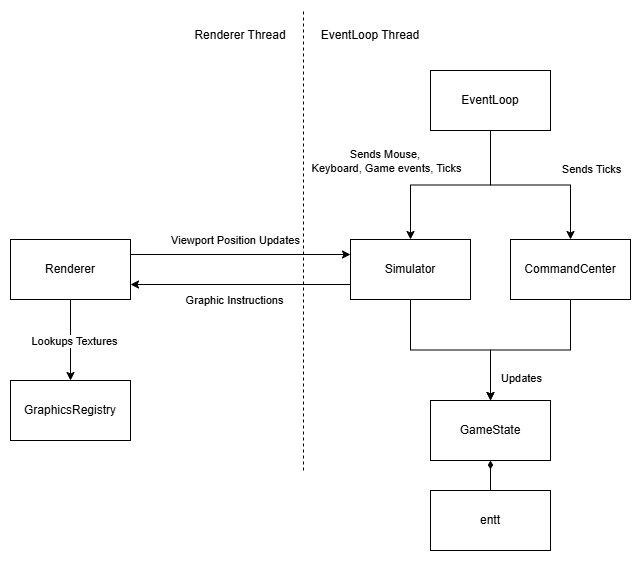
Before: doc/images/architecture.png, a diagram exported from draw.io (OpenEmpiresProject/OpenEmpires). Source tidied: cells renumbered, new cells last; positions are measured from the earlier drawing's top-left corner, leaving out a move shared by most shapes.
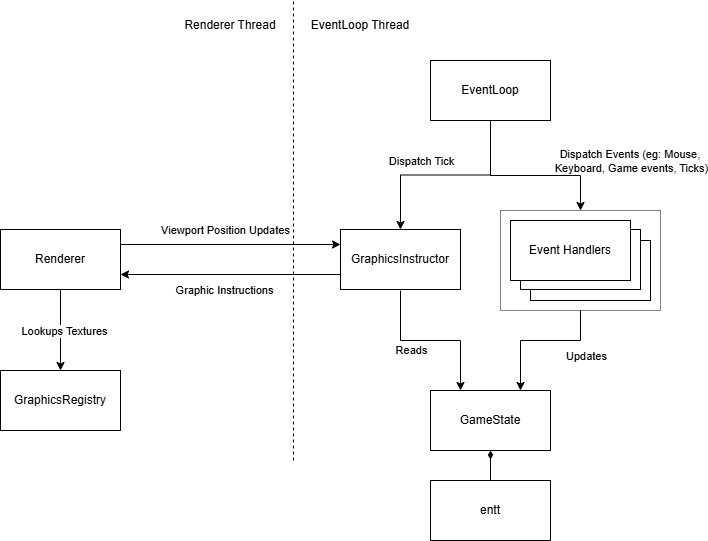
After the change.

Diff of the diagram source:
```diff
@@ -2,10 +2,19 @@
   <root>
     <mxCell id="0" />
     <mxCell id="1" parent="0" />
-    <mxCell id="2" style="edgeStyle=orthogonalEdgeStyle;rounded=0;jettySize=auto;html=1;entryX=0;entryY=0.25;entryDx=0;entryDy=0;exitX=1;exitY=0.25;exitDx=0;exitDy=0;" parent="1" edge="1" source="6" target="11">
-      <mxGeometry relative="1" as="geometry" />
-    </mxCell>
+    <mxCell id="26" style="rounded=0;whiteSpace=wrap;html=1;strokeColor=#808080;" parent="1" vertex="1">
+      <mxGeometry x="500" y="210" width="160" height="100" as="geometry" />
+    </mxCell>
+    <mxCell id="27" style="rounded=0;whiteSpace=wrap;html=1;" parent="1" vertex="1">
+      <mxGeometry x="530" y="240" width="120" height="60" as="geometry" />
+    </mxCell>
+    <mxCell id="28" style="rounded=0;whiteSpace=wrap;html=1;" parent="1" vertex="1">
+      <mxGeometry x="520" y="229" width="120" height="60" as="geometry" />
+    </mxCell>
+    <mxCell id="29" style="edgeStyle=orthogonalEdgeStyle;rounded=0;jettySize=auto;html=1;entryX=0;entryY=0.25;entryDx=0;entryDy=0;exitX=1;exitY=0.25;exitDx=0;exitDy=0;" parent="1" edge="1" source="6" target="33">
+      <mxGeometry relative="1" as="geometry" />
+    </mxCell>
-    <mxCell id="3" value="Viewport Position Updates" style="edgeLabel;html=1;align=center;verticalAlign=middle;" parent="2" vertex="1">
+    <mxCell id="3" value="Viewport Position Updates" style="edgeLabel;html=1;align=center;verticalAlign=middle;" parent="29" vertex="1">
       <mxGeometry x="-0.05" relative="1" as="geometry">
         <mxPoint y="-15" as="offset" />
       </mxGeometry>
@@ -19,56 +28,77 @@
     <mxCell id="6" value="Renderer" style="rounded=0;whiteSpace=wrap;html=1;" parent="1" vertex="1">
       <mxGeometry y="229" width="120" height="60" as="geometry" />
     </mxCell>
-    <mxCell id="7" style="edgeStyle=orthogonalEdgeStyle;rounded=0;jettySize=auto;html=1;entryX=1;entryY=0.75;entryDx=0;entryDy=0;exitX=0;exitY=0.75;exitDx=0;exitDy=0;" parent="1" edge="1" source="11" target="6">
-      <mxGeometry relative="1" as="geometry" />
-    </mxCell>
+    <mxCell id="30" style="edgeStyle=orthogonalEdgeStyle;rounded=0;jettySize=auto;html=1;entryX=1;entryY=0.75;entryDx=0;entryDy=0;exitX=0;exitY=0.75;exitDx=0;exitDy=0;" parent="1" edge="1" source="33" target="6">
+      <mxGeometry relative="1" as="geometry" />
+    </mxCell>
-    <mxCell id="8" value="Graphic Instructions" style="edgeLabel;html=1;align=center;verticalAlign=middle;" parent="7" vertex="1">
+    <mxCell id="8" value="Graphic Instructions" style="edgeLabel;html=1;align=center;verticalAlign=middle;" parent="30" vertex="1">
       <mxGeometry x="0.06" y="-2" relative="1" as="geometry">
         <mxPoint y="17" as="offset" />
       </mxGeometry>
     </mxCell>
-    <mxCell id="9" style="edgeStyle=orthogonalEdgeStyle;rounded=0;jettySize=auto;html=1;entryX=0.5;entryY=0;entryDx=0;entryDy=0;" parent="1" edge="1" source="11" target="22">
-      <mxGeometry relative="1" as="geometry" />
-    </mxCell>
+    <mxCell id="31" style="edgeStyle=orthogonalEdgeStyle;rounded=0;jettySize=auto;html=1;entryX=0.25;entryY=0;entryDx=0;entryDy=0;" parent="1" edge="1" target="22">
+      <mxGeometry relative="1" as="geometry">
+        <mxPoint x="400" y="290" as="sourcePoint" />
+        <Array as="points">
+          <mxPoint x="400" y="340" />
+          <mxPoint x="460" y="340" />
+        </Array>
+      </mxGeometry>
+    </mxCell>
+    <mxCell id="32" value="Reads" style="edgeLabel;html=1;align=center;verticalAlign=middle;" parent="31" vertex="1">
+      <mxGeometry x="0.75" relative="1" as="geometry">
+        <mxPoint x="-50" y="-21" as="offset" />
+      </mxGeometry>
+    </mxCell>
+    <mxCell id="33" value="GraphicsInstructor" style="rounded=0;whiteSpace=wrap;html=1;" parent="1" vertex="1">
+      <mxGeometry x="340" y="229" width="120" height="60" as="geometry" />
+    </mxCell>
+    <mxCell id="34" style="edgeStyle=orthogonalEdgeStyle;rounded=0;jettySize=auto;html=1;entryX=0.5;entryY=0;entryDx=0;entryDy=0;" parent="1" edge="1" source="16" target="33">
+      <mxGeometry relative="1" as="geometry" />
+    </mxCell>
+    <mxCell id="35" value="Dispatch Events (eg: Mouse,&amp;nbsp;&lt;div&gt;Keyboard,&amp;nbsp;&lt;span style=&quot;background-color: light-dark(#ffffff, var(--ge-dark-color, #121212)); color: light-dark(rgb(0, 0, 0), rgb(255, 255, 255));&quot;&gt;Game events,&amp;nbsp;&lt;/span&gt;&lt;span style=&quot;background-color: light-dark(#ffffff, var(--ge-dark-color, #121212)); color: light-dark(rgb(0, 0, 0), rgb(255, 255, 255));&quot;&gt;Ticks)&lt;/span&gt;&lt;/div&gt;" style="edgeLabel;html=1;align=center;verticalAlign=middle;" parent="34" vertex="1">
+      <mxGeometry x="-0.11" y="-1" relative="1" as="geometry">
+        <mxPoint x="175" y="-13" as="offset" />
+      </mxGeometry>
+    </mxCell>
+    <mxCell id="36" value="Dispatch Tick" style="edgeLabel;html=1;align=center;verticalAlign=middle;" parent="34" vertex="1">
+      <mxGeometry x="0.17" y="-2" relative="1" as="geometry">
+        <mxPoint x="-7" y="-12" as="offset" />
+      </mxGeometry>
+    </mxCell>
+    <mxCell id="37" style="edgeStyle=orthogonalEdgeStyle;rounded=0;jettySize=auto;html=1;entryX=0.5;entryY=0;entryDx=0;entryDy=0;" parent="1" edge="1" source="16" target="26">
+      <mxGeometry relative="1" as="geometry">
+        <Array as="points">
+          <mxPoint x="490" y="175" />
+          <mxPoint x="580" y="175" />
+        </Array>
+      </mxGeometry>
+    </mxCell>
+    <mxCell id="16" value="EventLoop" style="rounded=0;whiteSpace=wrap;html=1;" parent="1" vertex="1">
+      <mxGeometry x="430" y="60" width="120" height="60" as="geometry" />
+    </mxCell>
+    <mxCell id="38" style="edgeStyle=orthogonalEdgeStyle;rounded=0;jettySize=auto;html=1;entryX=0.75;entryY=0;entryDx=0;entryDy=0;exitX=0.5;exitY=1;exitDx=0;exitDy=0;" parent="1" edge="1" source="26" target="22">
+      <mxGeometry relative="1" as="geometry">
+        <Array as="points">
+          <mxPoint x="580" y="340" />
+          <mxPoint x="520" y="340" />
+        </Array>
+      </mxGeometry>
+    </mxCell>
-    <mxCell id="10" value="Updates" style="edgeLabel;html=1;align=center;verticalAlign=middle;" parent="9" vertex="1">
-      <mxGeometry x="0.75" relative="1" as="geometry">
-        <mxPoint x="30" as="offset" />
+    <mxCell id="10" value="Updates" style="edgeLabel;html=1;align=center;verticalAlign=middle;" parent="38" vertex="1">
+      <mxGeometry x="0.01" y="3" relative="1" as="geometry">
+        <mxPoint x="46" y="12" as="offset" />
       </mxGeometry>
     </mxCell>
-    <mxCell id="11" value="Simulator" style="rounded=0;whiteSpace=wrap;html=1;" parent="1" vertex="1">
-      <mxGeometry x="340" y="229" width="120" height="60" as="geometry" />
-    </mxCell>
-    <mxCell id="12" style="edgeStyle=orthogonalEdgeStyle;rounded=0;jettySize=auto;html=1;entryX=0.5;entryY=0;entryDx=0;entryDy=0;" parent="1" edge="1" source="16" target="11">
-      <mxGeometry relative="1" as="geometry" />
-    </mxCell>
-    <mxCell id="13" value="Sends Mouse,&amp;nbsp;&lt;div&gt;Keyboard,&amp;nbsp;&lt;span style=&quot;background-color: light-dark(#ffffff, var(--ge-dark-color, #121212)); color: light-dark(rgb(0, 0, 0), rgb(255, 255, 255));&quot;&gt;Game events,&amp;nbsp;&lt;/span&gt;&lt;span style=&quot;background-color: light-dark(#ffffff, var(--ge-dark-color, #121212)); color: light-dark(rgb(0, 0, 0), rgb(255, 255, 255));&quot;&gt;Ticks&lt;/span&gt;&lt;/div&gt;" style="edgeLabel;html=1;align=center;verticalAlign=middle;" parent="12" vertex="1">
-      <mxGeometry x="-0.11" y="-1" relative="1" as="geometry">
-        <mxPoint x="-75" y="-23" as="offset" />
-      </mxGeometry>
-    </mxCell>
-    <mxCell id="14" style="edgeStyle=orthogonalEdgeStyle;rounded=0;jettySize=auto;html=1;" parent="1" edge="1" source="16" target="18">
-      <mxGeometry relative="1" as="geometry" />
-    </mxCell>
-    <mxCell id="15" value="Sends Ticks" style="edgeLabel;html=1;align=center;verticalAlign=middle;" parent="14" vertex="1">
-      <mxGeometry x="0.53" y="-4" relative="1" as="geometry">
-        <mxPoint x="24" y="-27" as="offset" />
-      </mxGeometry>
-    </mxCell>
-    <mxCell id="16" value="EventLoop" style="rounded=0;whiteSpace=wrap;html=1;" parent="1" vertex="1">
-      <mxGeometry x="420" y="60" width="120" height="60" as="geometry" />
-    </mxCell>
-    <mxCell id="17" style="edgeStyle=orthogonalEdgeStyle;rounded=0;jettySize=auto;html=1;entryX=0.5;entryY=0;entryDx=0;entryDy=0;" parent="1" edge="1" source="18" target="22">
-      <mxGeometry relative="1" as="geometry" />
-    </mxCell>
-    <mxCell id="18" value="CommandCenter" style="rounded=0;whiteSpace=wrap;html=1;" parent="1" vertex="1">
-      <mxGeometry x="500" y="229" width="120" height="60" as="geometry" />
-    </mxCell>
-    <mxCell id="19" style="endArrow=none;dashed=1;html=1;rounded=0;" parent="1" edge="1">
-      <mxGeometry relative="1" as="geometry">
-        <mxPoint x="293" y="460" as="sourcePoint" />
-        <mxPoint x="293" as="targetPoint" />
-      </mxGeometry>
-    </mxCell>
+    <mxCell id="39" value="Event Handlers" style="rounded=0;whiteSpace=wrap;html=1;" parent="1" vertex="1">
+      <mxGeometry x="510" y="220" width="120" height="60" as="geometry" />
+    </mxCell>
+    <mxCell id="40" style="endArrow=none;dashed=1;html=1;rounded=0;" parent="1" edge="1">
+      <mxGeometry relative="1" as="geometry">
+        <mxPoint x="293" y="460" as="sourcePoint" />
+        <mxPoint x="293" as="targetPoint" />
+      </mxGeometry>
+    </mxCell>
     <mxCell id="20" value="Renderer Thread" style="text;html=1;align=center;verticalAlign=middle;whiteSpace=wrap;rounded=0;" parent="1" vertex="1">
       <mxGeometry x="170" y="10" width="120" height="30" as="geometry" />
     </mxCell>
@@ -76,13 +106,13 @@
       <mxGeometry x="300" y="10" width="120" height="30" as="geometry" />
     </mxCell>
     <mxCell id="22" value="GameState" style="rounded=0;whiteSpace=wrap;html=1;" parent="1" vertex="1">
-      <mxGeometry x="420" y="390" width="120" height="60" as="geometry" />
+      <mxGeometry x="430" y="390" width="120" height="60" as="geometry" />
     </mxCell>
     <mxCell id="23" style="edgeStyle=orthogonalEdgeStyle;rounded=0;jettySize=auto;html=1;entryX=0.5;entryY=1;entryDx=0;entryDy=0;endArrow=diamondThin;endFill=1;" parent="1" edge="1" source="24" target="22">
       <mxGeometry relative="1" as="geometry" />
     </mxCell>
     <mxCell id="24" value="entt" style="rounded=0;whiteSpace=wrap;html=1;" parent="1" vertex="1">
-      <mxGeometry x="420" y="480" width="120" height="60" as="geometry" />
+      <mxGeometry x="430" y="480" width="120" height="60" as="geometry" />
     </mxCell>
     <mxCell id="25" value="GraphicsRegistry" style="rounded=0;whiteSpace=wrap;html=1;" parent="1" vertex="1">
       <mxGeometry y="370" width="120" height="60" as="geometry" />
```
